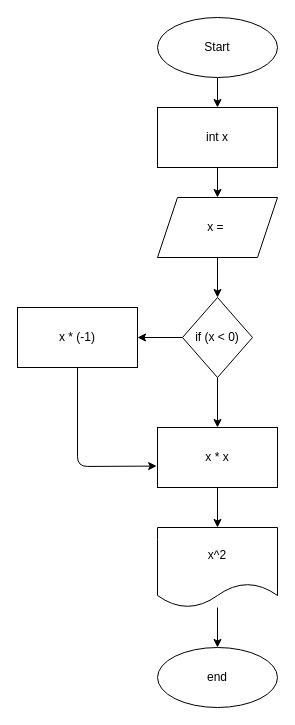
Cos125RUS/C-Seminar01 keeps this draw.io diagram as Example001/Task001.drawio. Above is the earlier version. Source tidied: cells renumbered, new cells numbered last; positions are measured from the earlier drawing's top-left corner, leaving out a move shared by most shapes. Both pictures are drawn from the tidied source at 100%, with x=0, y=0 at pixel (17, 17).
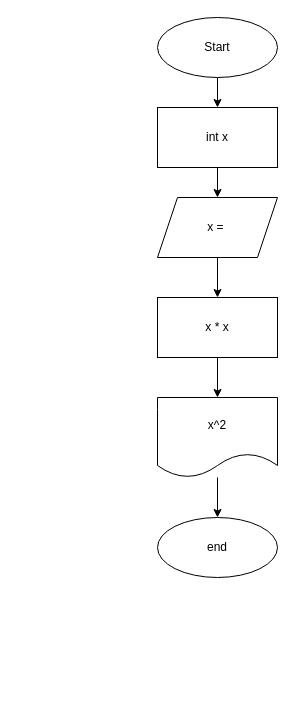
After the change.

Change to the diagram source:
```diff
@@
 <mxGraphModel>
   <root>
     <mxCell id="0" />
     <mxCell id="1" parent="0" />
     <mxCell id="2" style="edgeStyle=none;html=1;" parent="1" edge="1" source="3" target="5">
       <mxGeometry relative="1" as="geometry" />
     </mxCell>
     <mxCell id="3" value="Start" style="ellipse;whiteSpace=wrap;html=1;" parent="1" vertex="1">
       <mxGeometry x="140" width="120" height="60" as="geometry" />
     </mxCell>
     <mxCell id="4" style="edgeStyle=none;html=1;" parent="1" edge="1" source="5" target="7">
       <mxGeometry relative="1" as="geometry" />
     </mxCell>
     <mxCell id="5" value="int x" style="whiteSpace=wrap;html=1;" parent="1" vertex="1">
       <mxGeometry x="140" y="90" width="120" height="60" as="geometry" />
     </mxCell>
-    <mxCell id="6" style="edgeStyle=none;html=1;" parent="1" edge="1" source="7" target="10">
-      <mxGeometry relative="1" as="geometry" />
+    <mxCell id="6" style="edgeStyle=none;html=1;" parent="1" edge="1" source="7">
+      <mxGeometry relative="1" as="geometry">
+        <mxPoint x="200" y="280" as="targetPoint" />
+      </mxGeometry>
     </mxCell>
     <mxCell id="7" value="x =&amp;nbsp;" style="shape=parallelogram;perimeter=parallelogramPerimeter;whiteSpace=wrap;html=1;fixedSize=1;" parent="1" vertex="1">
       <mxGeometry x="140" y="180" width="120" height="60" as="geometry" />
     </mxCell>
-    <mxCell id="8" style="edgeStyle=none;html=1;entryX=1;entryY=0.5;entryDx=0;entryDy=0;" parent="1" edge="1" source="10" target="12">
-      <mxGeometry relative="1" as="geometry" />
-    </mxCell>
-    <mxCell id="9" style="edgeStyle=none;html=1;" parent="1" edge="1" source="10" target="14">
-      <mxGeometry relative="1" as="geometry" />
-    </mxCell>
-    <mxCell id="10" value="if (x &amp;lt; 0)" style="rhombus;whiteSpace=wrap;html=1;" parent="1" vertex="1">
-      <mxGeometry x="165" y="280" width="70" height="80" as="geometry" />
-    </mxCell>
-    <mxCell id="11" style="edgeStyle=none;html=1;entryX=-0.007;entryY=0.643;entryDx=0;entryDy=0;entryPerimeter=0;" parent="1" edge="1" source="12" target="14">
-      <mxGeometry relative="1" as="geometry">
-        <Array as="points">
-          <mxPoint x="60" y="449" />
-        </Array>
-      </mxGeometry>
-    </mxCell>
-    <mxCell id="12" value="x * (-1)" style="whiteSpace=wrap;html=1;" parent="1" vertex="1">
-      <mxGeometry y="290" width="120" height="60" as="geometry" />
-    </mxCell>
     <mxCell id="13" style="edgeStyle=none;html=1;" parent="1" edge="1" source="14" target="16">
       <mxGeometry relative="1" as="geometry" />
     </mxCell>
     <mxCell id="14" value="x * x" style="whiteSpace=wrap;html=1;" parent="1" vertex="1">
-      <mxGeometry x="140" y="410" width="120" height="60" as="geometry" />
+      <mxGeometry x="140" y="280" width="120" height="60" as="geometry" />
     </mxCell>
     <mxCell id="15" style="edgeStyle=none;html=1;" parent="1" edge="1" source="16" target="17">
       <mxGeometry relative="1" as="geometry" />
     </mxCell>
     <mxCell id="16" value="x^2" style="shape=document;whiteSpace=wrap;html=1;boundedLbl=1;" parent="1" vertex="1">
-      <mxGeometry x="140" y="510" width="120" height="80" as="geometry" />
+      <mxGeometry x="140" y="380" width="120" height="80" as="geometry" />
     </mxCell>
     <mxCell id="17" value="end" style="ellipse;whiteSpace=wrap;html=1;" parent="1" vertex="1">
-      <mxGeometry x="140" y="630" width="120" height="60" as="geometry" />
+      <mxGeometry x="140" y="500" width="120" height="60" as="geometry" />
     </mxCell>
   </root>
 </mxGraphModel>
```
